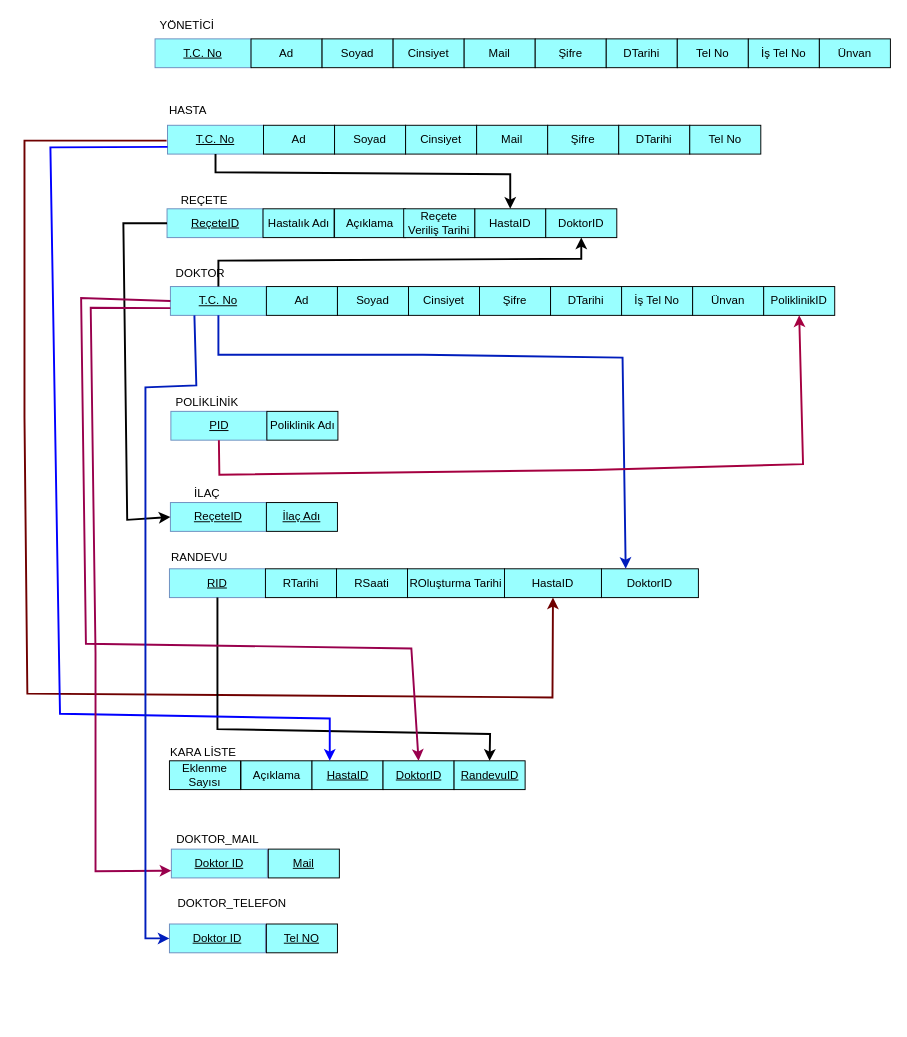
Karani42Karaman/hospital-appointment-system keeps this draw.io diagram as DBTasarım/İlişkisel Tasarım.drawio. Above is the earlier version. Source tidied: cells renumbered, new cells numbered last; positions are measured from the earlier drawing's top-left corner, leaving out a move shared by most shapes. Both pictures are drawn from the tidied source at 96%, with x=0, y=0 at pixel (24, 16).
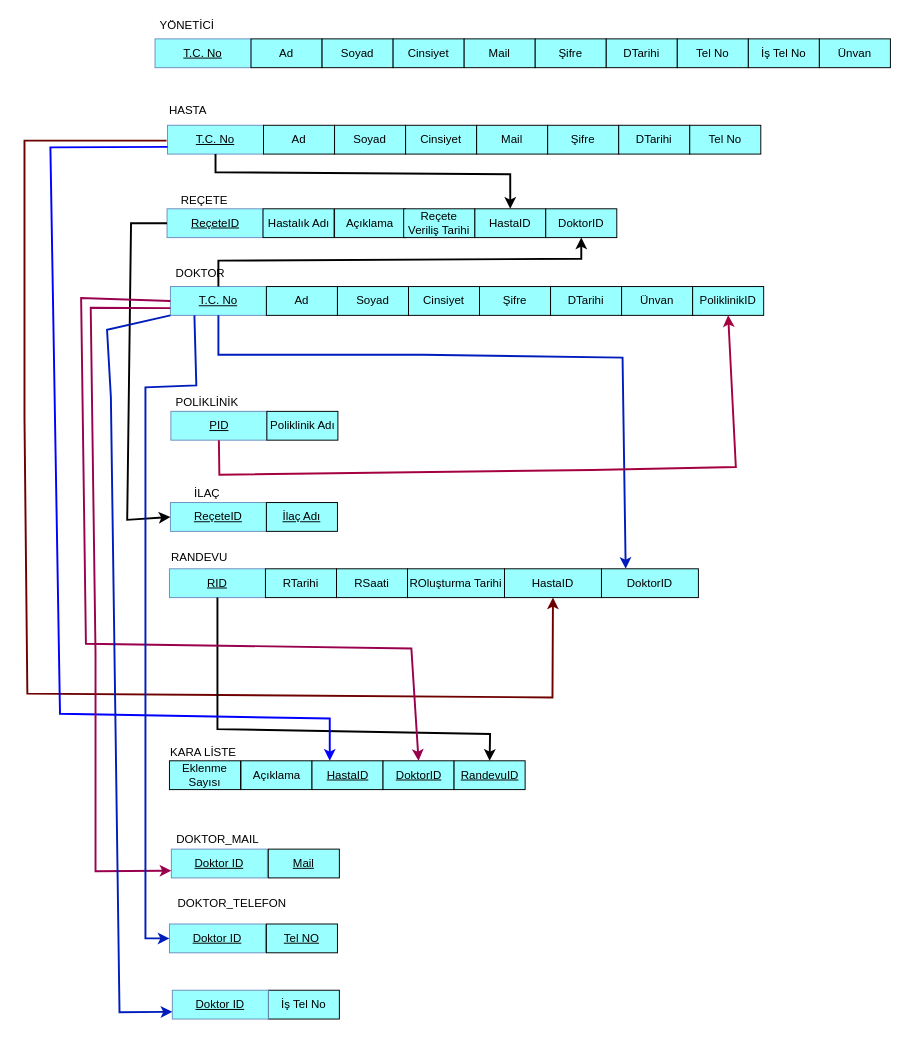
The same page after the edit.

Unchanged cells that the change refers to:
```xml
<mxCell id="22" value="&lt;u&gt;T.C. No&lt;/u&gt;" style="whiteSpace=wrap;html=1;align=center;fillColor=#99FFFF;strokeColor=#6c8ebf;" parent="1" vertex="1">
  <mxGeometry x="152" y="281" width="100" height="30" as="geometry" />
</mxCell>
<mxCell id="36" value="&lt;u&gt;PID&lt;/u&gt;" style="whiteSpace=wrap;html=1;align=center;fillColor=#99FFFF;strokeColor=#6c8ebf;" parent="1" vertex="1">
  <mxGeometry x="152.5" y="411" width="100" height="30" as="geometry" />
</mxCell>
<mxCell id="45" value="&lt;u&gt;ReçeteID&lt;/u&gt;" style="whiteSpace=wrap;html=1;align=center;fillColor=#99FFFF;strokeColor=#6c8ebf;" parent="1" vertex="1">
  <mxGeometry x="148.5" y="200" width="100" height="30" as="geometry" />
</mxCell>
<mxCell id="51" value="&lt;u&gt;ReçeteID&lt;/u&gt;" style="whiteSpace=wrap;html=1;align=center;fillColor=#99FFFF;strokeColor=#6c8ebf;" parent="1" vertex="1">
  <mxGeometry x="152" y="506" width="100" height="30" as="geometry" />
</mxCell>
```

Change to the diagram source:
```diff
@@
     <mxCell id="29" value="İş Tel No" style="rounded=0;whiteSpace=wrap;html=1;labelBackgroundColor=none;fillColor=#99FFFF;" parent="1" vertex="1">
-      <mxGeometry x="622" y="281" width="74" height="30" as="geometry" />
+      <mxGeometry x="254" y="1014" width="74" height="30" as="geometry" />
     </mxCell>
     <mxCell id="30" value="Ünvan" style="rounded=0;whiteSpace=wrap;html=1;labelBackgroundColor=none;fillColor=#99FFFF;" parent="1" vertex="1">
-      <mxGeometry x="696" y="281" width="74" height="30" as="geometry" />
+      <mxGeometry x="622" y="281" width="74" height="30" as="geometry" />
     </mxCell>
@@
     <mxCell id="43" value="PoliklinikID" style="rounded=0;whiteSpace=wrap;html=1;labelBackgroundColor=none;fillColor=#99FFFF;" parent="1" vertex="1">
-      <mxGeometry x="770" y="281" width="74" height="30" as="geometry" />
+      <mxGeometry x="696" y="281" width="74" height="30" as="geometry" />
     </mxCell>
     <mxCell id="44" style="endArrow=classic;html=1;rounded=0;strokeWidth=2;exitX=0.5;exitY=1;exitDx=0;exitDy=0;entryX=0.5;entryY=1;entryDx=0;entryDy=0;fillColor=#d80073;strokeColor=#A50040;" parent="1" edge="1" source="36" target="43">
       <mxGeometry relative="1" as="geometry">
         <Array as="points">
           <mxPoint x="203" y="477" />
           <mxPoint x="591" y="472" />
-          <mxPoint x="811" y="466" />
+          <mxPoint x="741" y="469" />
         </Array>
       </mxGeometry>
     </mxCell>
@@
     <mxCell id="54" style="endArrow=classic;html=1;rounded=0;strokeWidth=2;exitX=0;exitY=0.5;exitDx=0;exitDy=0;entryX=0;entryY=0.5;entryDx=0;entryDy=0;" parent="1" edge="1" source="45" target="51">
       <mxGeometry relative="1" as="geometry">
         <Array as="points">
-          <mxPoint x="103" y="215" />
+          <mxPoint x="111" y="215" />
           <mxPoint x="107" y="524" />
         </Array>
       </mxGeometry>
     </mxCell>
@@
+    <mxCell id="75" value="&lt;u&gt;Doktor ID&lt;/u&gt;" style="whiteSpace=wrap;html=1;align=center;fillColor=#99FFFF;strokeColor=#6c8ebf;" parent="1" vertex="1">
+      <mxGeometry x="154" y="1014" width="100" height="30" as="geometry" />
+    </mxCell>
+    <mxCell id="76" style="endArrow=classic;html=1;rounded=0;strokeWidth=2;fillColor=#0050ef;strokeColor=#001DBC;exitX=0;exitY=1;exitDx=0;exitDy=0;entryX=0;entryY=0.75;entryDx=0;entryDy=0;" parent="1" edge="1" source="22" target="75">
+      <mxGeometry relative="1" as="geometry">
+        <Array as="points">
+          <mxPoint x="86" y="326" />
+          <mxPoint x="90" y="396" />
+          <mxPoint x="99" y="1037" />
+        </Array>
+      </mxGeometry>
+    </mxCell>
```
